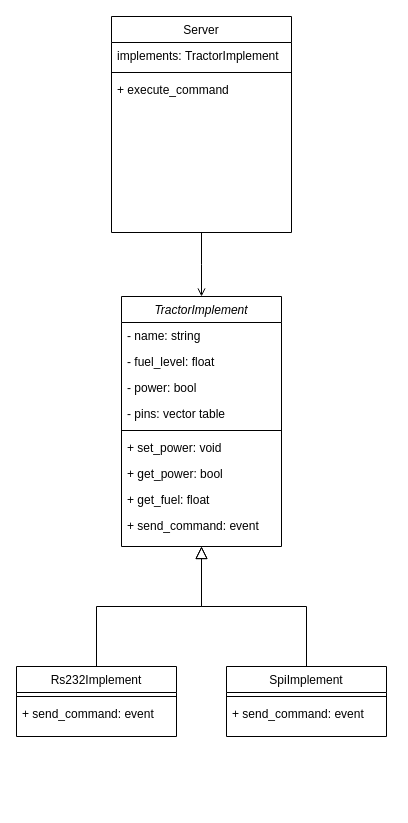
DuviH/tractor-mount keeps this draw.io diagram as docs/design_diagram.drawio. Above is the earlier version. Source tidied: cells renumbered, new cells numbered last; positions are measured from the earlier drawing's top-left corner, leaving out a move shared by most shapes. Both pictures are drawn from the tidied source at 100%, with x=0, y=0 at pixel (16, 16).
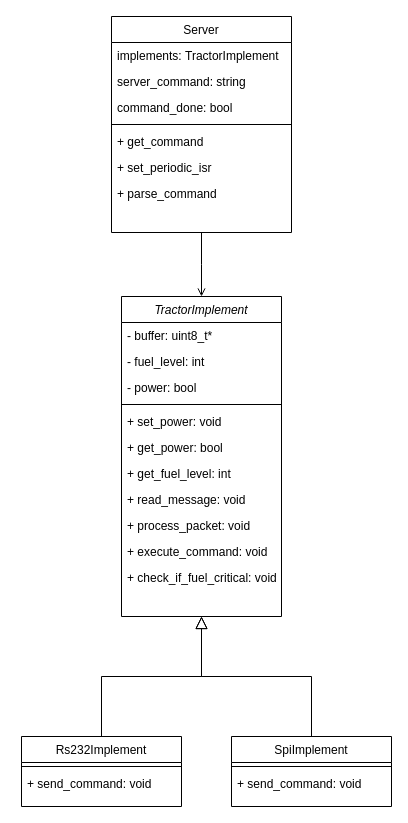
After the change.

Commit message (it also covers changes not shown here):
updated design diagram

Unchanged cells that the change refers to:
```xml
<mxCell id="21" value="Server" style="swimlane;fontStyle=0;align=center;verticalAlign=top;horizontal=1;startSize=26;rounded=0;shadow=0;strokeWidth=1;" parent="1" vertex="1">
  <mxGeometry x="95" width="180" height="216" as="geometry" />
</mxCell>
```

Change to the diagram source:
```diff
@@
     <mxCell id="2" value="TractorImplement" style="swimlane;fontStyle=2;align=center;verticalAlign=top;horizontal=1;startSize=26;rounded=0;shadow=0;strokeWidth=1;" parent="1" vertex="1">
-      <mxGeometry x="105" y="280" width="160" height="250" as="geometry" />
+      <mxGeometry x="105" y="280" width="160" height="320" as="geometry" />
     </mxCell>
-    <mxCell id="3" value="- name: string" style="text;align=left;verticalAlign=top;spacingLeft=4;spacingRight=4;overflow=hidden;" parent="2" vertex="1">
+    <mxCell id="3" value="- buffer: uint8_t*" style="text;align=left;verticalAlign=top;spacingLeft=4;spacingRight=4;overflow=hidden;" parent="2" vertex="1">
       <mxGeometry y="26" width="160" height="26" as="geometry" />
     </mxCell>
-    <mxCell id="4" value="- fuel_level: float" style="text;align=left;verticalAlign=top;spacingLeft=4;spacingRight=4;overflow=hidden;rounded=0;shadow=0;html=0;" parent="2" vertex="1">
+    <mxCell id="4" value="- fuel_level: int" style="text;align=left;verticalAlign=top;spacingLeft=4;spacingRight=4;overflow=hidden;rounded=0;shadow=0;html=0;" parent="2" vertex="1">
       <mxGeometry y="52" width="160" height="26" as="geometry" />
     </mxCell>
@@
-    <mxCell id="6" value="- pins: vector table" style="text;align=left;verticalAlign=top;spacingLeft=4;spacingRight=4;overflow=hidden;rounded=0;shadow=0;html=0;" parent="2" vertex="1">
-      <mxGeometry y="104" width="160" height="26" as="geometry" />
-    </mxCell>
     <mxCell id="7" style="line;html=1;strokeWidth=1;align=left;verticalAlign=middle;spacingTop=-1;spacingLeft=3;spacingRight=3;labelPosition=right;" parent="2" vertex="1">
-      <mxGeometry y="130" width="160" height="8" as="geometry" />
+      <mxGeometry y="104" width="160" height="8" as="geometry" />
     </mxCell>
-    <mxCell id="8" value="+ set_power: void" style="text;align=left;verticalAlign=top;spacingLeft=4;spacingRight=4;overflow=hidden;rounded=0;shadow=0;html=0;" parent="2" vertex="1">
-      <mxGeometry y="138" width="160" height="26" as="geometry" />
+    <mxCell id="8" value="+ set_power: void" style="text;align=left;verticalAlign=top;spacingLeft=4;spacingRight=4;overflow=hidden;rounded=0;shadow=0;html=0;" parent="2" vertex="1">
+      <mxGeometry y="112" width="160" height="26" as="geometry" />
     </mxCell>
     <mxCell id="9" value="+ get_power: bool" style="text;align=left;verticalAlign=top;spacingLeft=4;spacingRight=4;overflow=hidden;rounded=0;shadow=0;html=0;" parent="2" vertex="1">
-      <mxGeometry y="164" width="160" height="26" as="geometry" />
+      <mxGeometry y="138" width="160" height="26" as="geometry" />
     </mxCell>
-    <mxCell id="10" value="+ get_fuel: float" style="text;align=left;verticalAlign=top;spacingLeft=4;spacingRight=4;overflow=hidden;rounded=0;shadow=0;html=0;" parent="2" vertex="1">
-      <mxGeometry y="190" width="160" height="26" as="geometry" />
+    <mxCell id="10" value="+ get_fuel_level: int" style="text;align=left;verticalAlign=top;spacingLeft=4;spacingRight=4;overflow=hidden;rounded=0;shadow=0;html=0;" parent="2" vertex="1">
+      <mxGeometry y="164" width="160" height="26" as="geometry" />
     </mxCell>
-    <mxCell id="11" value="+ send_command: event" style="text;align=left;verticalAlign=top;spacingLeft=4;spacingRight=4;overflow=hidden;rounded=0;shadow=0;html=0;" parent="2" vertex="1">
-      <mxGeometry y="216" width="160" height="26" as="geometry" />
+    <mxCell id="11" value="+ read_message: void" style="text;align=left;verticalAlign=top;spacingLeft=4;spacingRight=4;overflow=hidden;rounded=0;shadow=0;html=0;" parent="2" vertex="1">
+      <mxGeometry y="190" width="160" height="26" as="geometry" />
     </mxCell>
+    <mxCell id="25" value="+ process_packet: void" style="text;align=left;verticalAlign=top;spacingLeft=4;spacingRight=4;overflow=hidden;rounded=0;shadow=0;html=0;" parent="2" vertex="1">
+      <mxGeometry y="216" width="160" height="26" as="geometry" />
+    </mxCell>
+    <mxCell id="26" value="+ execute_command: void" style="text;align=left;verticalAlign=top;spacingLeft=4;spacingRight=4;overflow=hidden;rounded=0;shadow=0;html=0;" parent="2" vertex="1">
+      <mxGeometry y="242" width="160" height="26" as="geometry" />
+    </mxCell>
+    <mxCell id="27" value="+ check_if_fuel_critical: void" style="text;align=left;verticalAlign=top;spacingLeft=4;spacingRight=4;overflow=hidden;rounded=0;shadow=0;html=0;" parent="2" vertex="1">
+      <mxGeometry y="268" width="160" height="26" as="geometry" />
+    </mxCell>
@@
-    <mxCell id="13" style="endArrow=block;endSize=10;endFill=0;shadow=0;strokeWidth=1;rounded=0;edgeStyle=elbowEdgeStyle;elbow=vertical;" parent="1" edge="1" source="18" target="2">
+    <mxCell id="13" style="endArrow=block;endSize=10;endFill=0;shadow=0;strokeWidth=1;rounded=0;edgeStyle=elbowEdgeStyle;elbow=vertical;exitX=0.5;exitY=0;exitDx=0;exitDy=0;" parent="1" edge="1" source="18">
       <mxGeometry relative="1" as="geometry">
+        <mxPoint x="185" y="600" as="targetPoint" />
         <Array as="points">
-          <mxPoint x="185" y="590" />
+          <mxPoint x="245" y="660" />
         </Array>
       </mxGeometry>
     </mxCell>
@@
     <mxCell id="15" value="Rs232Implement" style="swimlane;fontStyle=0;align=center;verticalAlign=top;horizontal=1;startSize=26;rounded=0;shadow=0;strokeWidth=1;" parent="1" vertex="1">
-      <mxGeometry y="650" width="160" height="70" as="geometry" />
+      <mxGeometry x="5" y="720" width="160" height="70" as="geometry" />
     </mxCell>
@@
-    <mxCell id="17" value="+ send_command: event" style="text;align=left;verticalAlign=top;spacingLeft=4;spacingRight=4;overflow=hidden;rounded=0;shadow=0;html=0;" parent="15" vertex="1">
+    <mxCell id="17" value="+ send_command: void" style="text;align=left;verticalAlign=top;spacingLeft=4;spacingRight=4;overflow=hidden;rounded=0;shadow=0;html=0;" parent="15" vertex="1">
       <mxGeometry y="34" width="160" height="26" as="geometry" />
     </mxCell>
     <mxCell id="18" value="SpiImplement" style="swimlane;fontStyle=0;align=center;verticalAlign=top;horizontal=1;startSize=26;rounded=0;shadow=0;strokeWidth=1;" parent="1" vertex="1">
-      <mxGeometry x="210" y="650" width="160" height="70" as="geometry" />
+      <mxGeometry x="215" y="720" width="160" height="70" as="geometry" />
     </mxCell>
@@
-    <mxCell id="20" value="+ send_command: event" style="text;align=left;verticalAlign=top;spacingLeft=4;spacingRight=4;overflow=hidden;rounded=0;shadow=0;html=0;" parent="18" vertex="1">
+    <mxCell id="20" value="+ send_command: void" style="text;align=left;verticalAlign=top;spacingLeft=4;spacingRight=4;overflow=hidden;rounded=0;shadow=0;html=0;" parent="18" vertex="1">
       <mxGeometry y="34" width="160" height="26" as="geometry" />
     </mxCell>
@@
+    <mxCell id="28" value="server_command: string" style="text;align=left;verticalAlign=top;spacingLeft=4;spacingRight=4;overflow=hidden;" parent="21" vertex="1">
+      <mxGeometry y="52" width="180" height="26" as="geometry" />
+    </mxCell>
+    <mxCell id="29" value="command_done: bool" style="text;align=left;verticalAlign=top;spacingLeft=4;spacingRight=4;overflow=hidden;" parent="21" vertex="1">
+      <mxGeometry y="78" width="180" height="26" as="geometry" />
+    </mxCell>
     <mxCell id="23" style="line;html=1;strokeWidth=1;align=left;verticalAlign=middle;spacingTop=-1;spacingLeft=3;spacingRight=3;labelPosition=right;" parent="21" vertex="1">
-      <mxGeometry y="52" width="180" height="8" as="geometry" />
+      <mxGeometry y="104" width="180" height="8" as="geometry" />
     </mxCell>
-    <mxCell id="24" value="+ execute_command" style="text;align=left;verticalAlign=top;spacingLeft=4;spacingRight=4;overflow=hidden;" parent="21" vertex="1">
-      <mxGeometry y="60" width="180" height="26" as="geometry" />
+    <mxCell id="24" value="+ get_command" style="text;align=left;verticalAlign=top;spacingLeft=4;spacingRight=4;overflow=hidden;" parent="21" vertex="1">
+      <mxGeometry y="112" width="180" height="26" as="geometry" />
     </mxCell>
+    <mxCell id="30" value="+ set_periodic_isr" style="text;align=left;verticalAlign=top;spacingLeft=4;spacingRight=4;overflow=hidden;" parent="21" vertex="1">
+      <mxGeometry y="138" width="180" height="26" as="geometry" />
+    </mxCell>
+    <mxCell id="31" value="+ parse_command" style="text;align=left;verticalAlign=top;spacingLeft=4;spacingRight=4;overflow=hidden;" parent="21" vertex="1">
+      <mxGeometry y="164" width="180" height="26" as="geometry" />
+    </mxCell>
```
